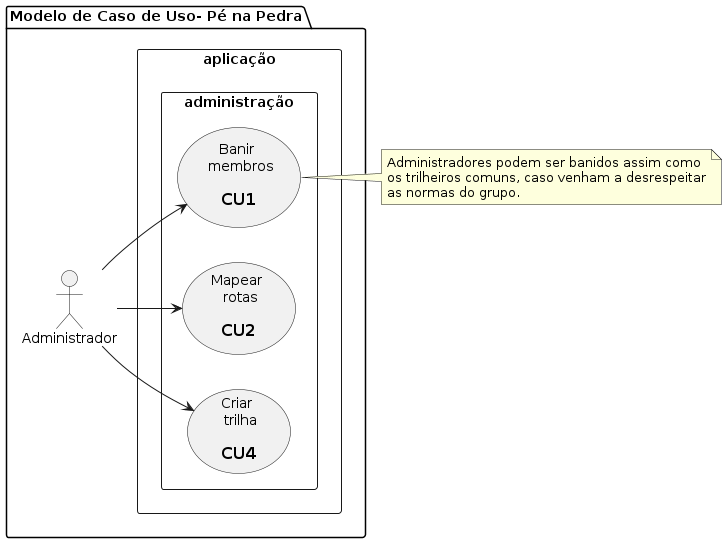
The PlantUML diagram docs/diagrams/out/usecases_diagrams/pe_na_pedra_usecase_2.png in tiagors09/pe_na_pedra, before a commit.
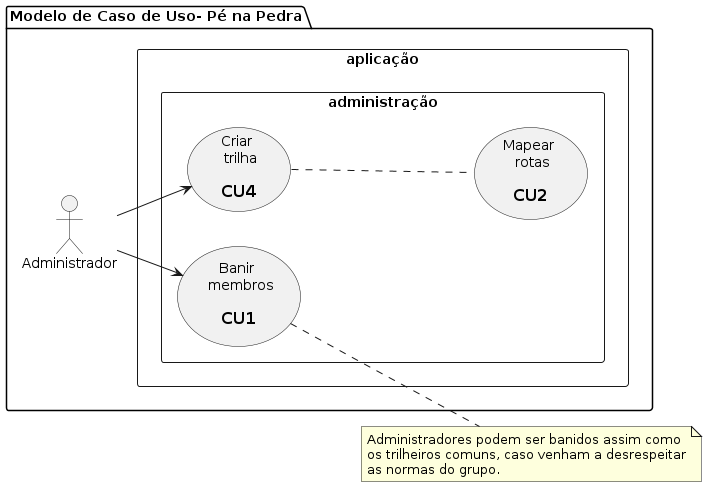
The same diagram one commit later.

The edit, as a diff of the source:
```diff
@@ -24,6 +24,6 @@
   end note
 
   adm --> uc1
-  adm --> uc2
+  uc4 .. uc2
   adm --> uc4
 @enduml
```
